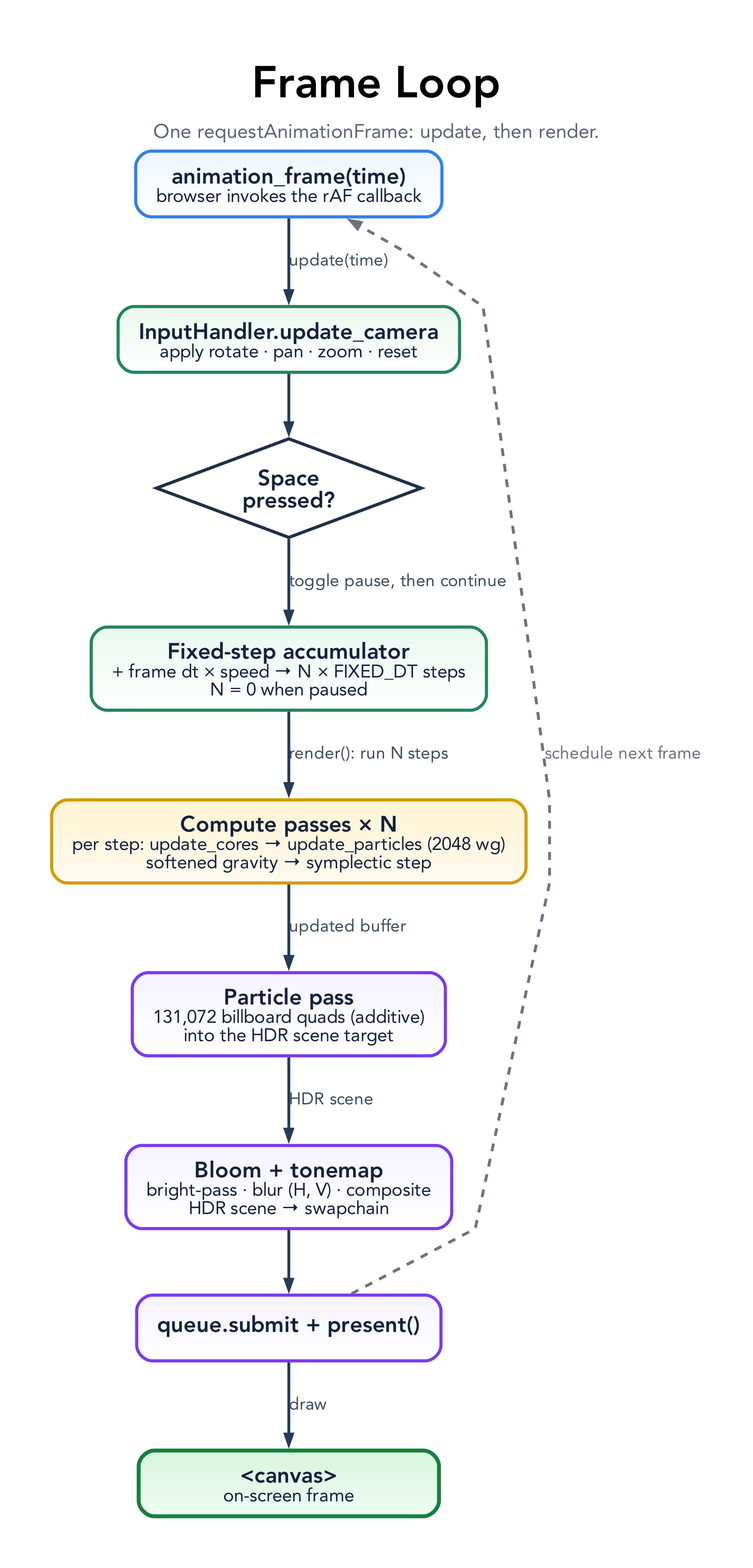
tre-systems/galacto keeps this Graphviz diagram as docs/diagrams/frame-loop.png. Above is the earlier version. Its source is kept beside it as docs/diagrams/frame-loop.dot.
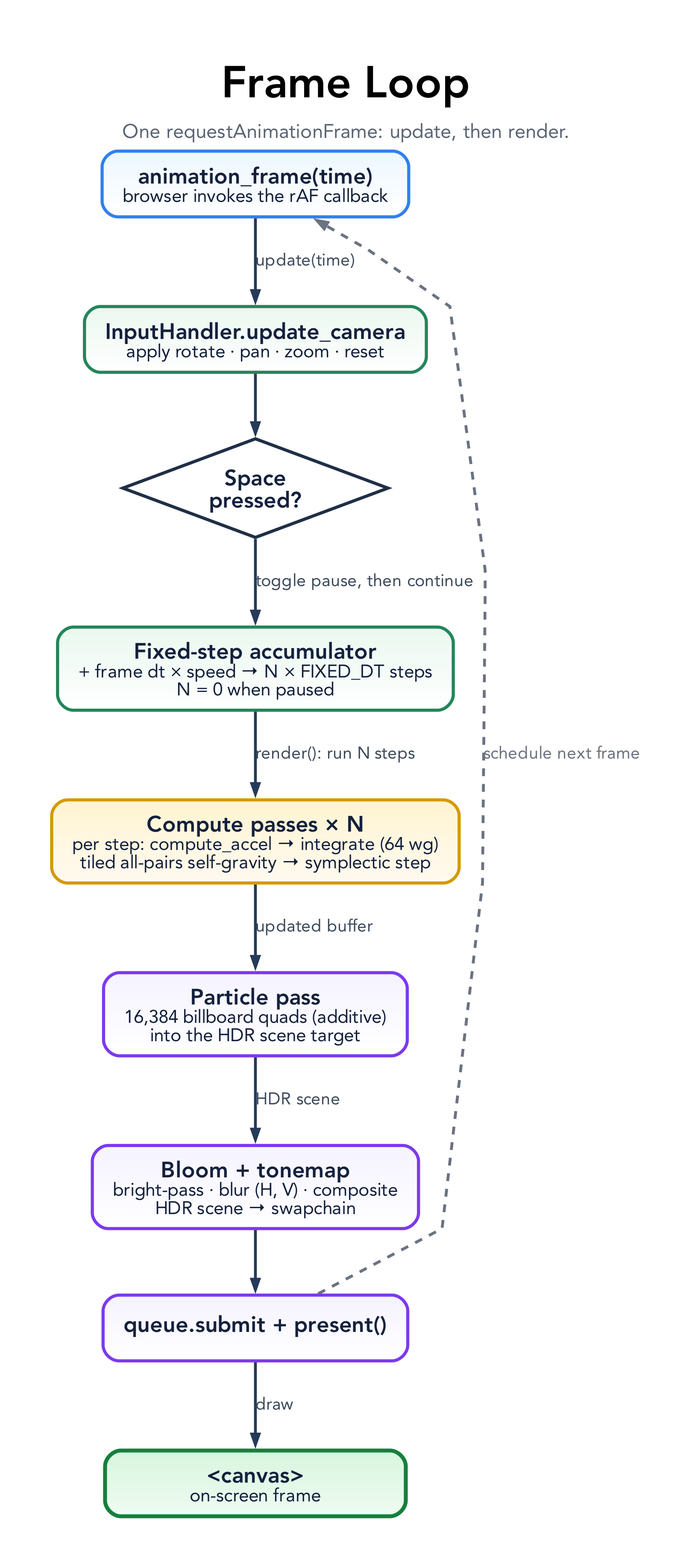
Above is the later version.

Diff of the diagram source:
```diff
@@ -50,8 +50,8 @@
   U2 [shape=diamond, style=filled, fillcolor="#ffffff", color="#1f2f46", penwidth=2.4, width=2.4, height=1.05, label=<<B>Space<BR/>pressed?</B>>];
   U3 [label=<<B>Fixed-step accumulator</B><BR/><FONT POINT-SIZE="14">+ frame dt × speed → N × FIXED_DT steps<BR/>N = 0 when paused</FONT>>, fillcolor="#eaf8ef:#ffffff", color="#22865a"];
 
-  CP [label=<<B>Compute passes × N</B><BR/><FONT POINT-SIZE="14">per step: update_cores → update_particles (2048 wg)<BR/>softened gravity → symplectic step</FONT>>, fillcolor="#fff4d1:#fffaf0", color="#d39a00"];
-  RP [label=<<B>Particle pass</B><BR/><FONT POINT-SIZE="14">131,072 billboard quads (additive)<BR/>into the HDR scene target</FONT>>, fillcolor="#f5f3ff:#ffffff", color="#7c3aed"];
+  CP [label=<<B>Compute passes × N</B><BR/><FONT POINT-SIZE="14">per step: compute_accel → integrate (64 wg)<BR/>tiled all-pairs self-gravity → symplectic step</FONT>>, fillcolor="#fff4d1:#fffaf0", color="#d39a00"];
+  RP [label=<<B>Particle pass</B><BR/><FONT POINT-SIZE="14">16,384 billboard quads (additive)<BR/>into the HDR scene target</FONT>>, fillcolor="#f5f3ff:#ffffff", color="#7c3aed"];
   BLOOM [label=<<B>Bloom + tonemap</B><BR/><FONT POINT-SIZE="14">bright-pass · blur (H, V) · composite<BR/>HDR scene → swapchain</FONT>>, fillcolor="#f5f3ff:#ffffff", color="#7c3aed"];
   PRES [label=<<B>queue.submit + present()</B>>, fillcolor="#f5f3ff:#ffffff", color="#7c3aed"];
 
```
